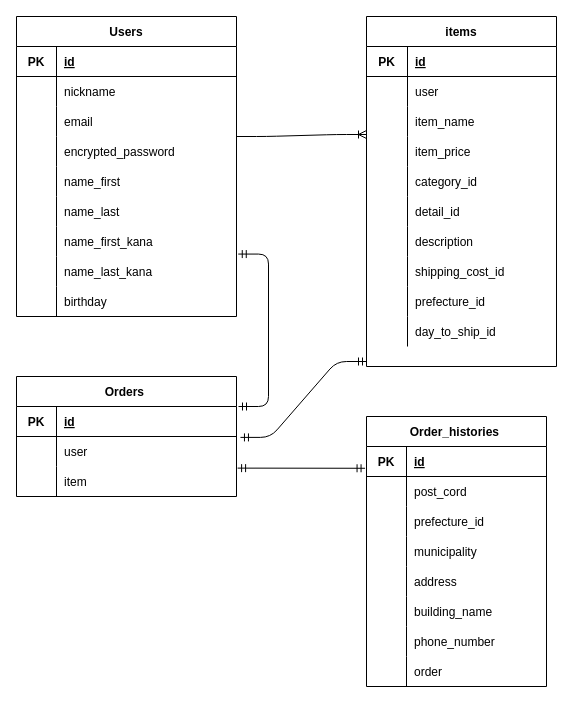
mgm1227/furima-37140 keeps this draw.io diagram as erpct.dio. Above is the earlier version. Source tidied: cells renumbered, new cells numbered last; positions are measured from the earlier drawing's top-left corner, leaving out a move shared by most shapes. Both pictures are drawn from the tidied source at 100%, with x=0, y=0 at pixel (16, 16).
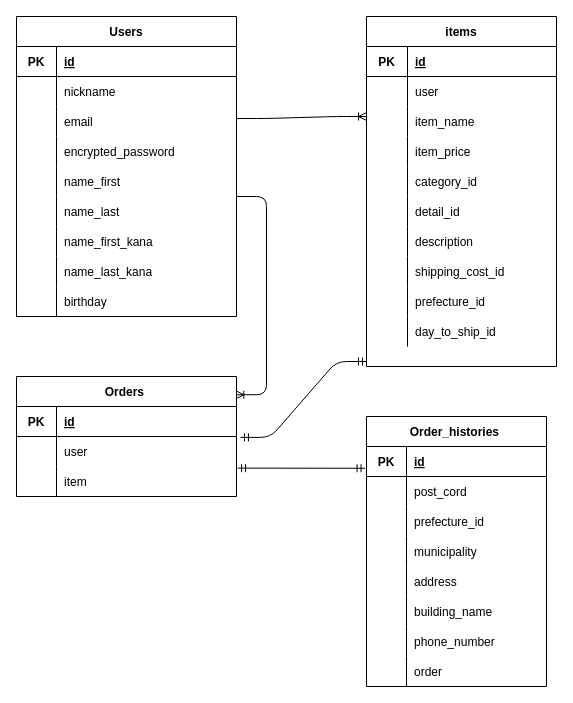
The same page after the edit.

The change refers to these unchanged cells:
```xml
<mxCell id="24" style="shape=partialRectangle;fillColor=none;top=0;left=0;bottom=0;right=0;points=[[0,0.5],[1,0.5]];portConstraint=eastwest;" parent="2" vertex="1">
  <mxGeometry y="240" width="220" height="30" as="geometry" />
</mxCell>
<mxCell id="61" value="Orders " style="shape=table;startSize=30;childLayout=tableLayout;rowLines=0;fontStyle=1;align=center;" parent="1" vertex="1">
  <mxGeometry y="360" width="220" height="120" as="geometry" />
</mxCell>
```

Change to the diagram source:
```diff
@@
-    <mxCell id="98" style="edgeStyle=entityRelationEdgeStyle;fontSize=12;html=1;endArrow=ERmandOne;startArrow=ERmandOne;entryX=1.008;entryY=-0.081;entryDx=0;entryDy=0;entryPerimeter=0;" parent="1" edge="1" target="24">
-      <mxGeometry relative="1" as="geometry">
-        <mxPoint x="222" y="390" as="sourcePoint" />
-      </mxGeometry>
-    </mxCell>
     <mxCell id="99" style="edgeStyle=entityRelationEdgeStyle;fontSize=12;html=1;endArrow=ERoneToMany;" parent="1" edge="1">
       <mxGeometry relative="1" as="geometry">
-        <mxPoint x="220" y="120" as="sourcePoint" />
-        <mxPoint x="350" y="118" as="targetPoint" />
+        <mxPoint x="220" y="102" as="sourcePoint" />
+        <mxPoint x="350" y="100" as="targetPoint" />
       </mxGeometry>
     </mxCell>
+    <mxCell id="100" style="edgeStyle=entityRelationEdgeStyle;fontSize=12;html=1;endArrow=ERoneToMany;entryX=0.997;entryY=0.152;entryDx=0;entryDy=0;entryPerimeter=0;" parent="1" edge="1" target="61">
+      <mxGeometry relative="1" as="geometry">
+        <mxPoint x="220" y="180" as="sourcePoint" />
+      </mxGeometry>
+    </mxCell>
```
